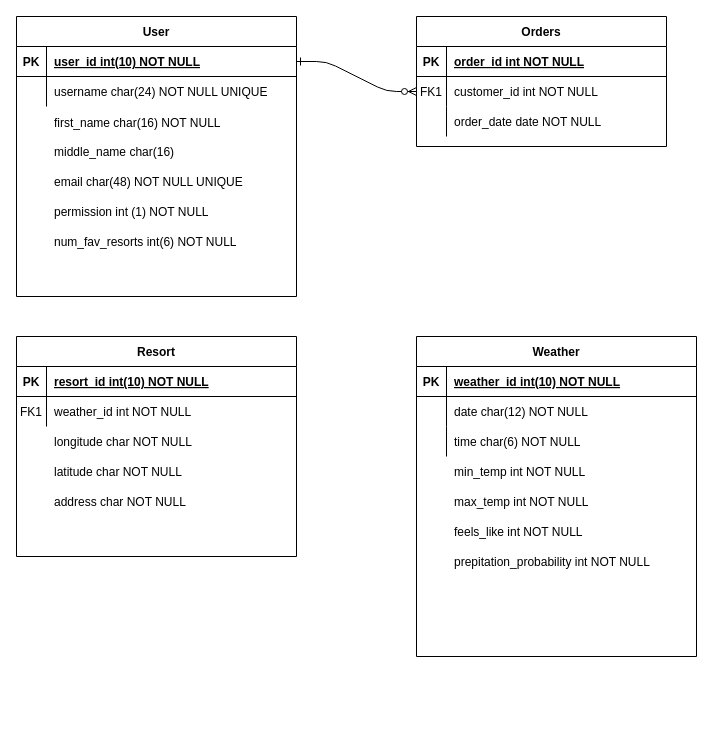
Above: SQL_ERD.drawio in DARAEDom/l6s2_industrial_project (draw.io), before the change. Source tidied: cells renumbered, new cells numbered last; positions are measured from the earlier drawing's top-left corner, leaving out a move shared by most shapes. Both pictures are drawn from the tidied source at 100%, with x=0, y=0 at pixel (16, 16).
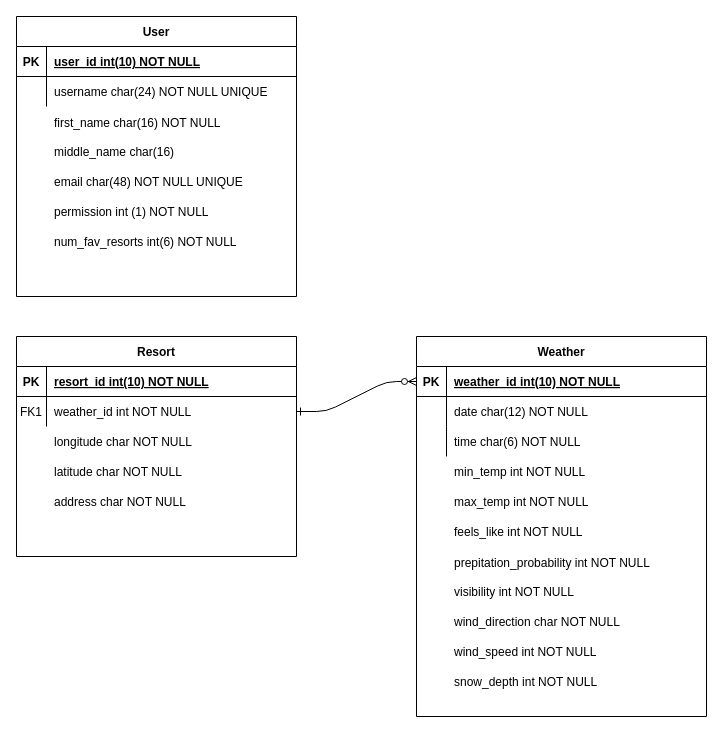
After the change.

Unchanged cells that the change refers to:
```xml
<mxCell id="24" style="shape=partialRectangle;fillColor=none;points=[[0,0.5],[1,0.5]];portConstraint=eastwest;top=0;left=0;right=0;bottom=1;" parent="23" vertex="1">
  <mxGeometry y="30" width="280" height="30" as="geometry" />
</mxCell>
<mxCell id="34" style="shape=partialRectangle;fillColor=none;points=[[0,0.5],[1,0.5]];portConstraint=eastwest;top=0;left=0;right=0;bottom=0;" parent="30" vertex="1">
  <mxGeometry y="60" width="280" height="30" as="geometry" />
</mxCell>
```

What changed in the source:
```diff
@@
-    <mxCell id="2" style="edgeStyle=entityRelationEdgeStyle;endArrow=ERzeroToMany;startArrow=ERone;endFill=1;startFill=0;" parent="1" edge="1" source="24" target="7">
-      <mxGeometry relative="1" as="geometry" />
-    </mxCell>
-    <mxCell id="3" value="Orders" style="shape=table;startSize=30;childLayout=tableLayout;rowLines=0;fontStyle=1;align=center;" parent="1" vertex="1">
-      <mxGeometry x="400" width="250" height="130" as="geometry" />
-    </mxCell>
-    <mxCell id="4" style="shape=partialRectangle;fillColor=none;top=0;left=0;right=0;bottom=1;" parent="3" vertex="1">
-      <mxGeometry y="30" width="250" height="30" as="geometry" />
-    </mxCell>
-    <mxCell id="5" value="PK" style="shape=partialRectangle;overflow=hidden;fillColor=none;top=0;left=0;bottom=0;right=0;fontStyle=1;" parent="4" vertex="1">
-      <mxGeometry width="30" height="30" as="geometry" />
-    </mxCell>
-    <mxCell id="6" value="order_id int NOT NULL " style="shape=partialRectangle;overflow=hidden;fillColor=none;top=0;left=0;bottom=0;right=0;align=left;spacingLeft=6;fontStyle=5;" parent="4" vertex="1">
-      <mxGeometry x="30" width="220" height="30" as="geometry" />
-    </mxCell>
-    <mxCell id="7" style="shape=partialRectangle;fillColor=none;points=[[0,0.5],[1,0.5]];portConstraint=eastwest;top=0;left=0;right=0;bottom=0;" parent="3" vertex="1">
-      <mxGeometry y="60" width="250" height="30" as="geometry" />
-    </mxCell>
-    <mxCell id="8" value="FK1" style="shape=partialRectangle;overflow=hidden;fillColor=none;top=0;left=0;bottom=0;right=0;" parent="7" vertex="1">
-      <mxGeometry width="30" height="30" as="geometry" />
-    </mxCell>
-    <mxCell id="9" value="customer_id int NOT NULL" style="shape=partialRectangle;overflow=hidden;fillColor=none;top=0;left=0;bottom=0;right=0;align=left;spacingLeft=6;" parent="7" vertex="1">
-      <mxGeometry x="30" width="220" height="30" as="geometry" />
-    </mxCell>
-    <mxCell id="10" style="shape=partialRectangle;fillColor=none;top=0;left=0;right=0;bottom=0;" parent="3" vertex="1">
-      <mxGeometry y="90" width="250" height="30" as="geometry" />
-    </mxCell>
-    <mxCell id="11" style="shape=partialRectangle;overflow=hidden;fillColor=none;top=0;left=0;bottom=0;right=0;" parent="10" vertex="1">
-      <mxGeometry width="30" height="30" as="geometry" />
-    </mxCell>
-    <mxCell id="12" value="order_date date NOT NULL" style="shape=partialRectangle;overflow=hidden;fillColor=none;top=0;left=0;bottom=0;right=0;align=left;spacingLeft=6;" parent="10" vertex="1">
-      <mxGeometry x="30" width="220" height="30" as="geometry" />
-    </mxCell>
     <mxCell id="13" value="Weather" style="shape=table;startSize=30;childLayout=tableLayout;rowLines=0;fontStyle=1;align=center;" parent="1" vertex="1">
-      <mxGeometry x="400" y="320" width="280" height="320" as="geometry" />
+      <mxGeometry x="400" y="320" width="290" height="380" as="geometry" />
     </mxCell>
     <mxCell id="14" style="shape=partialRectangle;fillColor=none;points=[[0,0.5],[1,0.5]];portConstraint=eastwest;top=0;left=0;right=0;bottom=1;" parent="13" vertex="1">
-      <mxGeometry y="30" width="280" height="30" as="geometry" />
+      <mxGeometry y="30" width="290" height="30" as="geometry" />
     </mxCell>
@@
     <mxCell id="16" value="weather_id int(10) NOT NULL" style="shape=partialRectangle;overflow=hidden;fillColor=none;top=0;left=0;bottom=0;right=0;align=left;spacingLeft=6;fontStyle=5;" parent="14" vertex="1">
-      <mxGeometry x="30" width="250" height="30" as="geometry" />
+      <mxGeometry x="30" width="260" height="30" as="geometry" />
     </mxCell>
     <mxCell id="17" style="shape=partialRectangle;fillColor=none;top=0;left=0;right=0;bottom=0;" parent="13" vertex="1">
-      <mxGeometry y="60" width="280" height="30" as="geometry" />
+      <mxGeometry y="60" width="290" height="30" as="geometry" />
     </mxCell>
@@
     <mxCell id="19" value="date char(12) NOT NULL" style="shape=partialRectangle;overflow=hidden;fillColor=none;top=0;left=0;bottom=0;right=0;align=left;spacingLeft=6;" parent="17" vertex="1">
-      <mxGeometry x="30" width="250" height="30" as="geometry" />
+      <mxGeometry x="30" width="260" height="30" as="geometry" />
     </mxCell>
     <mxCell id="20" style="shape=partialRectangle;fillColor=none;top=0;left=0;right=0;bottom=0;" parent="13" vertex="1">
-      <mxGeometry y="90" width="280" height="30" as="geometry" />
+      <mxGeometry y="90" width="290" height="30" as="geometry" />
     </mxCell>
@@
     <mxCell id="22" value="time char(6) NOT NULL" style="shape=partialRectangle;overflow=hidden;fillColor=none;top=0;left=0;bottom=0;right=0;align=left;spacingLeft=6;" parent="20" vertex="1">
-      <mxGeometry x="30" width="250" height="30" as="geometry" />
+      <mxGeometry x="30" width="260" height="30" as="geometry" />
     </mxCell>
@@
     <mxCell id="55" value="prepitation_probability int NOT NULL" style="shape=partialRectangle;overflow=hidden;fillColor=none;top=0;left=0;bottom=0;right=0;align=left;spacingLeft=6;" parent="1" vertex="1">
-      <mxGeometry x="430" y="530" width="250" height="30" as="geometry" />
+      <mxGeometry x="430" y="531" width="250" height="30" as="geometry" />
     </mxCell>
+    <mxCell id="56" value="visibility int NOT NULL" style="shape=partialRectangle;overflow=hidden;fillColor=none;top=0;left=0;bottom=0;right=0;align=left;spacingLeft=6;" parent="1" vertex="1">
+      <mxGeometry x="430" y="560" width="250" height="30" as="geometry" />
+    </mxCell>
+    <mxCell id="57" value="wind_direction char NOT NULL" style="shape=partialRectangle;overflow=hidden;fillColor=none;top=0;left=0;bottom=0;right=0;align=left;spacingLeft=6;" parent="1" vertex="1">
+      <mxGeometry x="430" y="590" width="250" height="30" as="geometry" />
+    </mxCell>
+    <mxCell id="58" value="wind_speed int NOT NULL" style="shape=partialRectangle;overflow=hidden;fillColor=none;top=0;left=0;bottom=0;right=0;align=left;spacingLeft=6;" parent="1" vertex="1">
+      <mxGeometry x="430" y="620" width="250" height="30" as="geometry" />
+    </mxCell>
+    <mxCell id="59" value="snow_depth int NOT NULL" style="shape=partialRectangle;overflow=hidden;fillColor=none;top=0;left=0;bottom=0;right=0;align=left;spacingLeft=6;" parent="1" vertex="1">
+      <mxGeometry x="430" y="650" width="250" height="30" as="geometry" />
+    </mxCell>
+    <mxCell id="60" style="edgeStyle=entityRelationEdgeStyle;endArrow=ERzeroToMany;startArrow=ERone;endFill=1;startFill=0;exitX=1;exitY=0.5;exitDx=0;exitDy=0;entryX=0;entryY=0.5;entryDx=0;entryDy=0;" parent="1" edge="1" source="34" target="14">
+      <mxGeometry relative="1" as="geometry" />
+    </mxCell>
```
